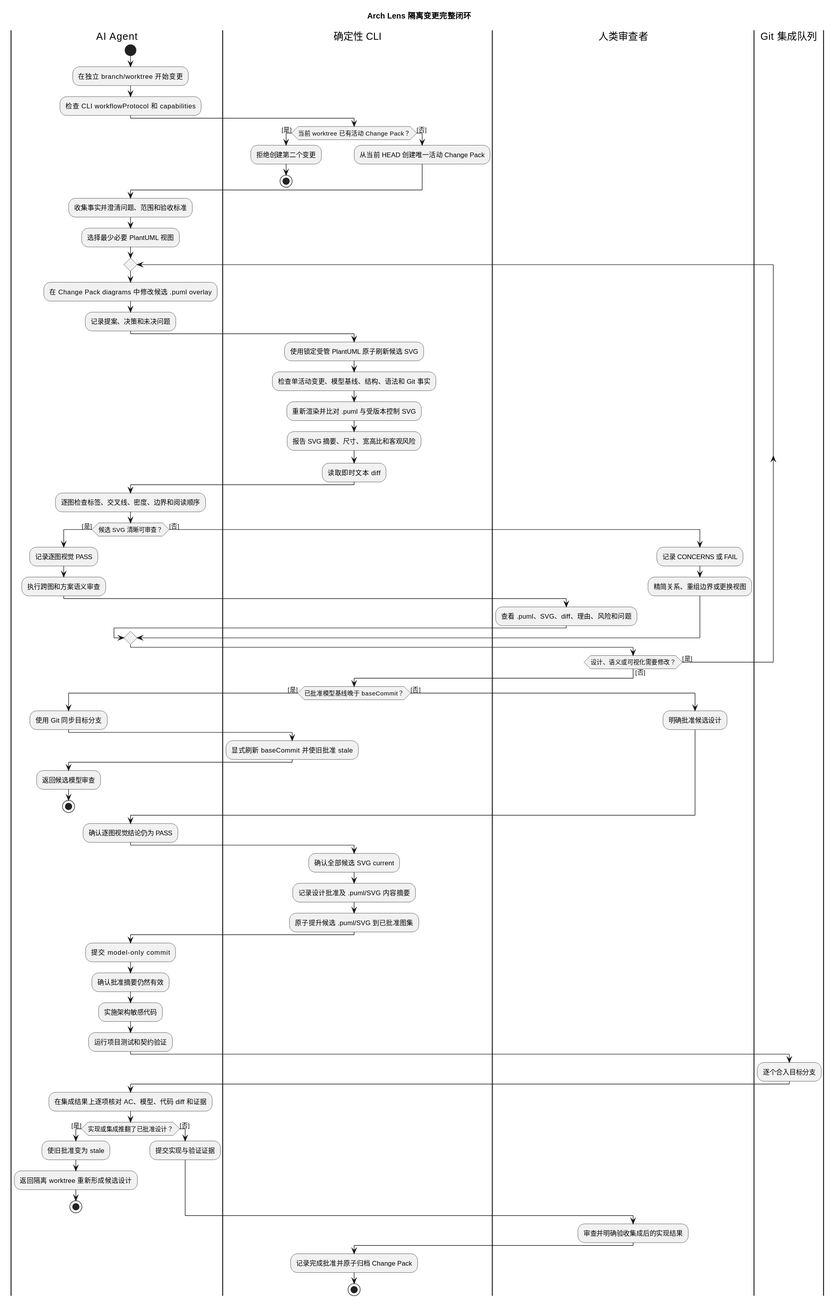
The PlantUML diagram .arch-lens/rendered/modeling-review.activity.svg in spec-alchemy/arch-lens, before a commit.
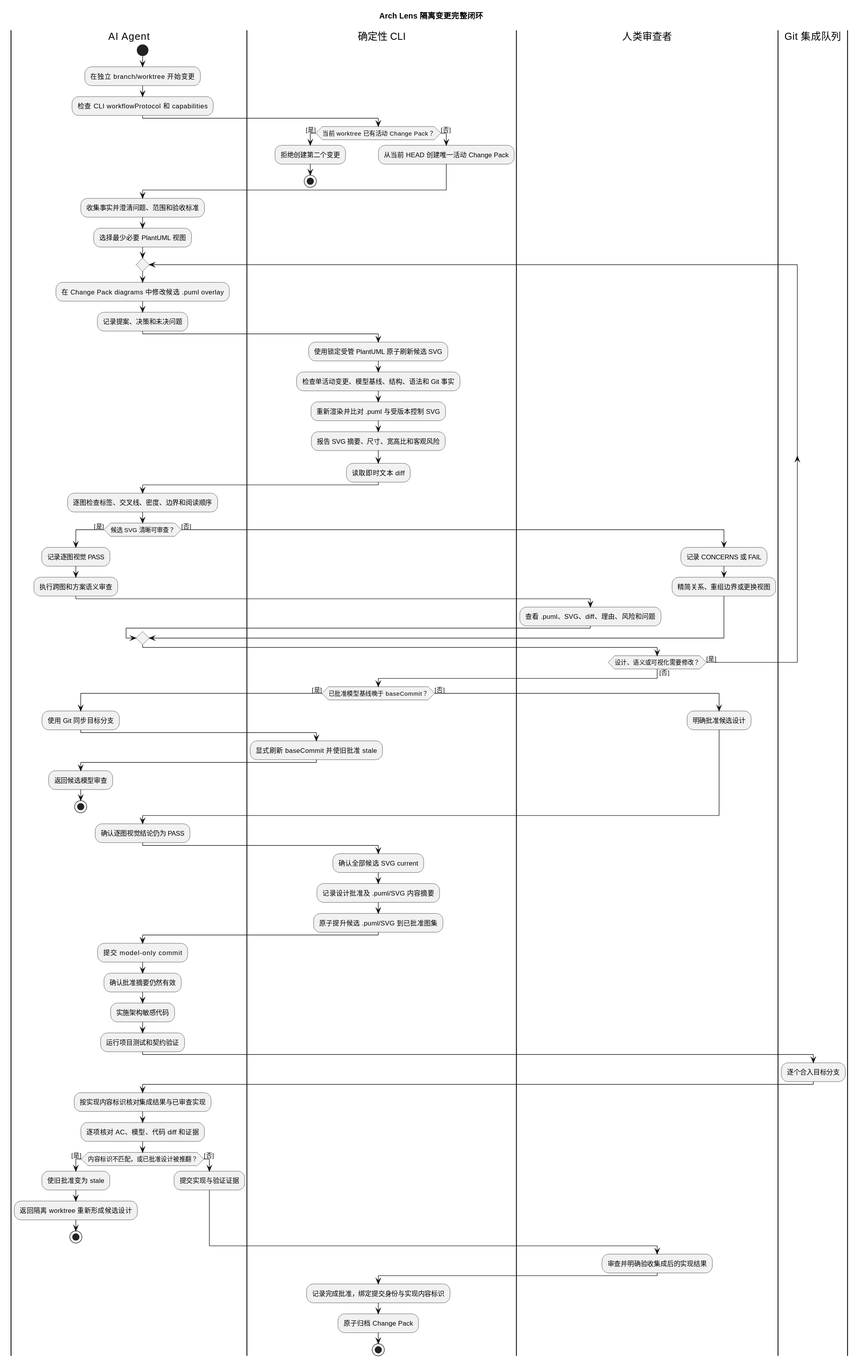
The same diagram one commit later.

Diff of the diagram source:
```diff
@@ -68,9 +68,10 @@
 |Git 集成队列|
 :逐个合入目标分支;
 |AI Agent|
-:在集成结果上逐项核对 AC、模型、代码 diff 和证据;
+:按实现内容标识核对集成结果与已审查实现;
+:逐项核对 AC、模型、代码 diff 和证据;
 
-if (实现或集成推翻了已批准设计？) then ([是])
+if (内容标识不匹配，或已批准设计被推翻？) then ([是])
   :使旧批准变为 stale;
   :返回隔离 worktree 重新形成候选设计;
   stop
@@ -81,6 +82,7 @@
 |人类审查者|
 :审查并明确验收集成后的实现结果;
 |确定性 CLI|
-:记录完成批准并原子归档 Change Pack;
+:记录完成批准，绑定提交身份与实现内容标识;
+:原子归档 Change Pack;
 stop
 @enduml
```
